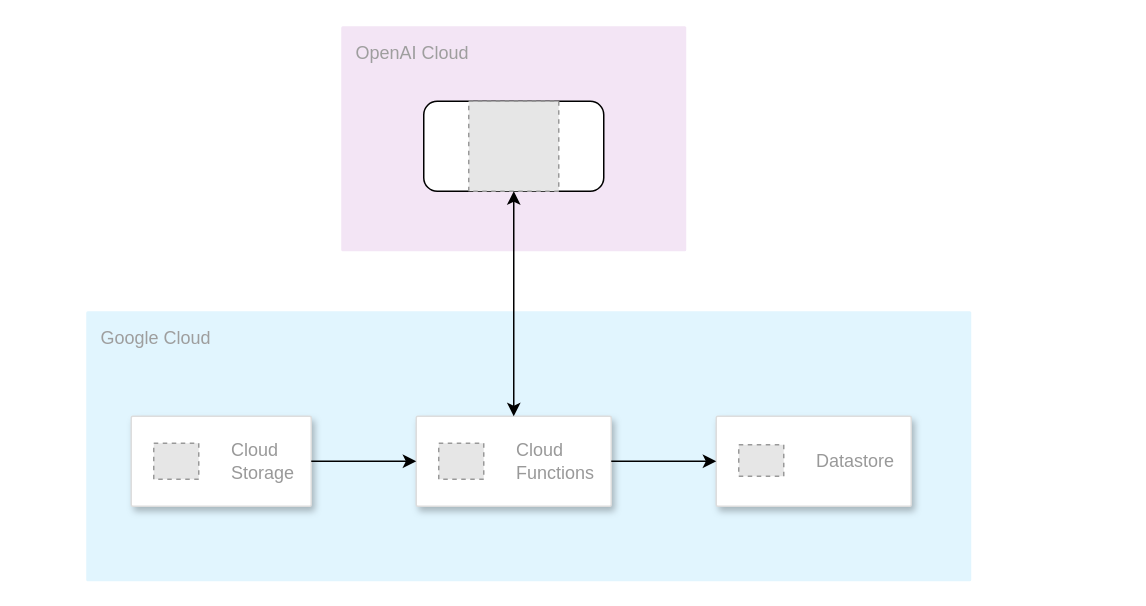
The draw.io diagram page "overall-architecture" (1 of 2) of sura-ai-document-classification.drawio in rmontecinocleverit/clever-diagrams, before the edit. Source tidied: cells renumbered, new cells numbered last; positions are measured from the earlier drawing's top-left corner, leaving out a move shared by most shapes. Both pictures are drawn from the tidied source at 150%, with x=0, y=0 at pixel (86, 26). Pictures stored in the file or linked from it are replaced by grey dashed boxes.
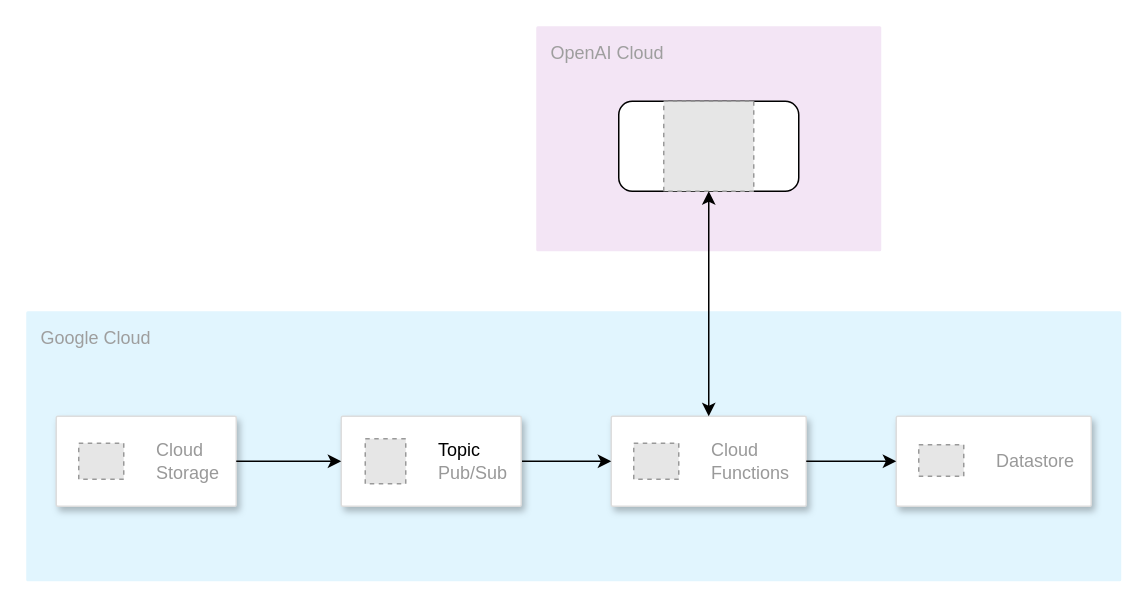
After the change.

The edit, as a diff of the source:
```diff
@@
     <mxCell id="2" value="Google Cloud" style="sketch=0;rounded=1;absoluteArcSize=1;arcSize=2;html=1;strokeColor=none;gradientColor=none;shadow=0;dashed=0;fontSize=12;fontColor=#9E9E9E;align=left;verticalAlign=top;spacing=10;spacingTop=-4;whiteSpace=wrap;fillColor=#E1F5FE;" parent="1" vertex="1">
-      <mxGeometry y="190" width="590" height="180" as="geometry" />
+      <mxGeometry x="-40" y="190" width="730" height="180" as="geometry" />
     </mxCell>
     <mxCell id="3" style="strokeColor=#dddddd;shadow=1;strokeWidth=1;rounded=1;absoluteArcSize=1;arcSize=2;" parent="1" vertex="1">
-      <mxGeometry x="30" y="260" width="120" height="60" as="geometry" />
+      <mxGeometry x="-20" y="260" width="120" height="60" as="geometry" />
     </mxCell>
@@
     <mxCell id="5" style="strokeColor=#dddddd;shadow=1;strokeWidth=1;rounded=1;absoluteArcSize=1;arcSize=2;" parent="1" vertex="1">
-      <mxGeometry x="220" y="260" width="130" height="60" as="geometry" />
+      <mxGeometry x="350" y="260" width="130" height="60" as="geometry" />
     </mxCell>
@@
     <mxCell id="7" style="strokeColor=#dddddd;shadow=1;strokeWidth=1;rounded=1;absoluteArcSize=1;arcSize=2;" parent="1" vertex="1">
-      <mxGeometry x="420" y="260" width="130" height="60" as="geometry" />
+      <mxGeometry x="540" y="260" width="130" height="60" as="geometry" />
     </mxCell>
@@
-    <mxCell id="9" style="endArrow=classic;html=1;rounded=0;exitX=1;exitY=0.5;exitDx=0;exitDy=0;entryX=0;entryY=0.5;entryDx=0;entryDy=0;" parent="1" edge="1" source="3" target="5">
+    <mxCell id="9" style="endArrow=classic;html=1;rounded=0;exitX=1;exitY=0.5;exitDx=0;exitDy=0;entryX=0;entryY=0.5;entryDx=0;entryDy=0;" parent="1" edge="1" source="16" target="5">
       <mxGeometry relative="1" as="geometry" />
     </mxCell>
@@
     <mxCell id="11" value="OpenAI Cloud" style="sketch=0;rounded=1;absoluteArcSize=1;arcSize=2;html=1;strokeColor=none;gradientColor=none;shadow=0;dashed=0;fontSize=12;fontColor=#9E9E9E;align=left;verticalAlign=top;spacing=10;spacingTop=-4;whiteSpace=wrap;fillColor=#F3E5F5;" parent="1" vertex="1">
-      <mxGeometry x="170" width="230" height="150" as="geometry" />
+      <mxGeometry x="300" width="230" height="150" as="geometry" />
     </mxCell>
     <mxCell id="12" style="group;" parent="1" vertex="1">
-      <mxGeometry x="225" y="50" width="120" height="60" as="geometry" />
+      <mxGeometry x="355" y="50" width="120" height="60" as="geometry" />
     </mxCell>
@@
+    <mxCell id="16" style="strokeColor=#dddddd;shadow=1;strokeWidth=1;rounded=1;absoluteArcSize=1;arcSize=2;" parent="1" vertex="1">
+      <mxGeometry x="170" y="260" width="120" height="60" as="geometry" />
+    </mxCell>
+    <mxCell id="17" value="&lt;font color=&quot;#000000&quot;&gt;Topic&lt;/font&gt;&lt;br&gt;Pub/Sub" style="fillColor=#E6E6E6;strokeColor=#999999;dashed=1;html=1;fontColor=#999999;verticalLabelPosition=middle;labelBackgroundColor=#ffffff;verticalAlign=middle;labelPosition=right;align=left;spacingLeft=20;" parent="16" vertex="1">
+      <mxGeometry width="27" height="30" relative="1" as="geometry">
+        <mxPoint x="16" y="15" as="offset" />
+      </mxGeometry>
+    </mxCell>
+    <mxCell id="18" style="endArrow=classic;html=1;rounded=0;exitX=1;exitY=0.5;exitDx=0;exitDy=0;entryX=0;entryY=0.5;entryDx=0;entryDy=0;" parent="1" edge="1" source="3" target="16">
+      <mxGeometry relative="1" as="geometry" />
+    </mxCell>
```
